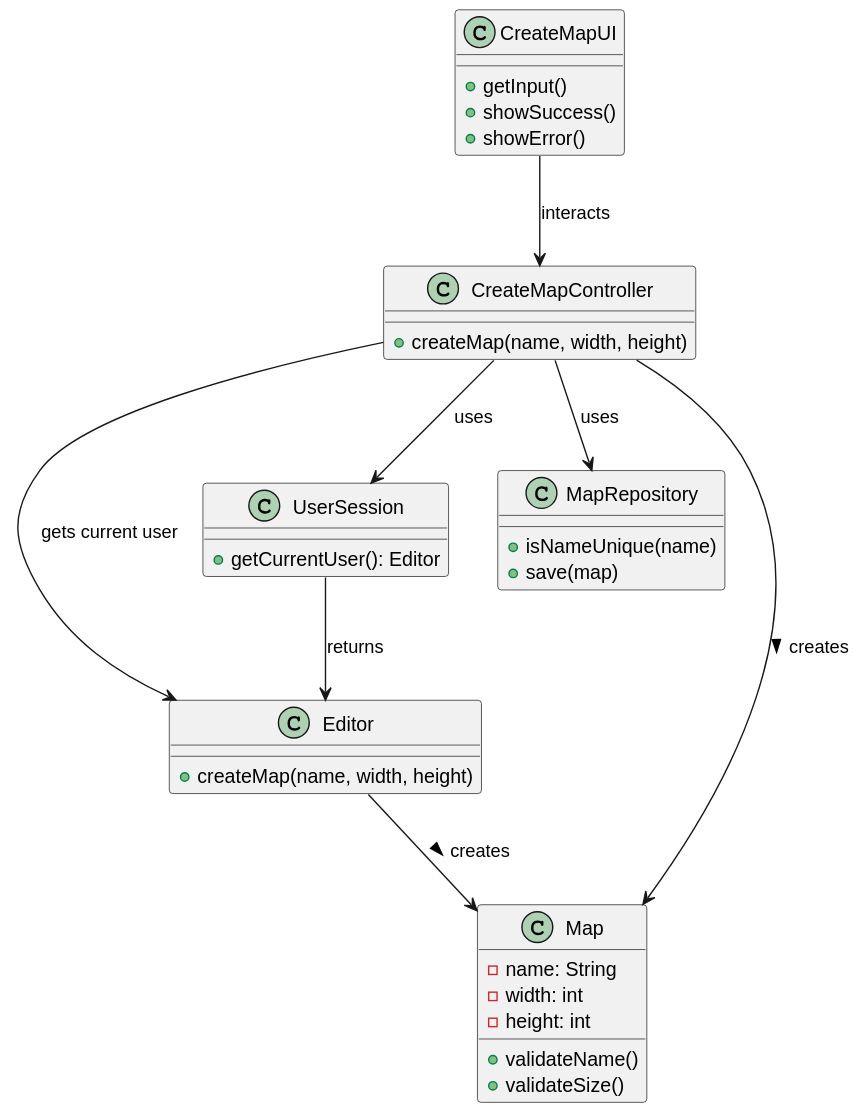
Before: docs/sprint2/us001/03.design/svg/us001-class-diagram.svg, a diagram exported from PlantUML (ivasduarte/all-aboard). Its diagram source:
```plantuml
@startuml
class Editor {
    +createMap(name, width, height)
}

class Map {
    -name: String
    -width: int
    -height: int
    +validateName()
    +validateSize()
}

class MapRepository {
    +isNameUnique(name)
    +save(map)
}

class CreateMapUI {
    +getInput()
    +showSuccess()
    +showError()
}

class CreateMapController {
    +createMap(name, width, height)
}

class UserSession {
    +getCurrentUser(): Editor
}

Editor --> Map : creates >
CreateMapController --> Map : creates >
CreateMapController --> MapRepository : uses
CreateMapController --> UserSession : uses
CreateMapController --> Editor : gets current user
CreateMapUI --> CreateMapController : interacts
UserSession --> Editor : returns
@enduml
```
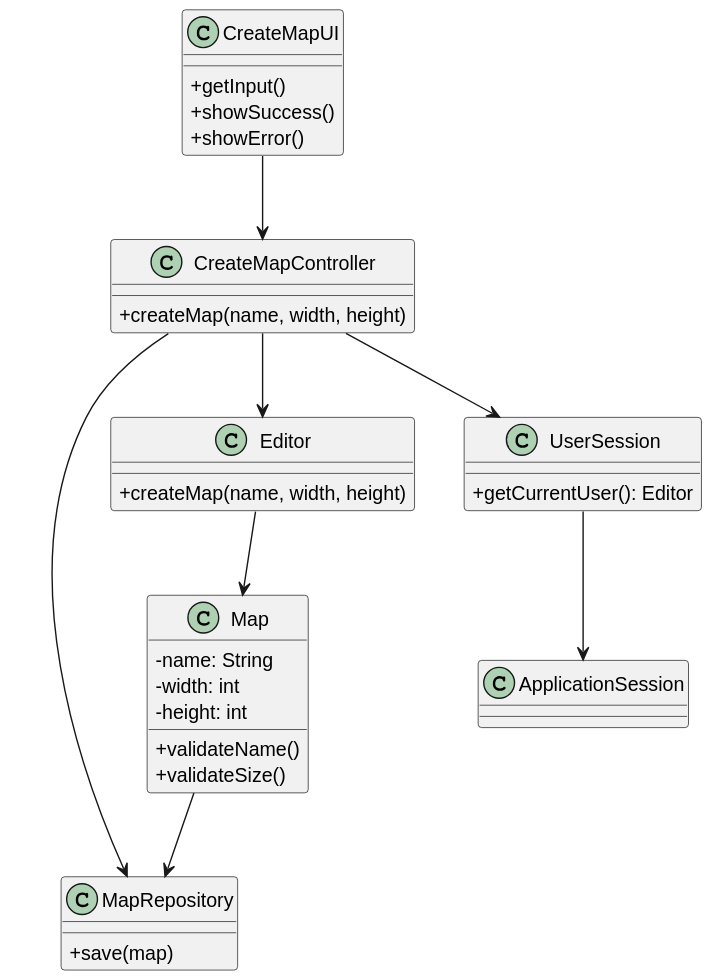
Later version of the same file.

Diff of the diagram source:
```diff
@@ -1,4 +1,20 @@
 @startuml
+skinparam classAttributeIconSize 0
+
+class CreateMapUI {
+    +getInput()
+    +showSuccess()
+    +showError()
+}
+
+class CreateMapController {
+    +createMap(name, width, height)
+}
+
+class MapRepository {
+    +save(map)
+}
+
 class Editor {
     +createMap(name, width, height)
 }
@@ -11,30 +27,18 @@
     +validateSize()
 }
 
-class MapRepository {
-    +isNameUnique(name)
-    +save(map)
-}
-
-class CreateMapUI {
-    +getInput()
-    +showSuccess()
-    +showError()
-}
-
-class CreateMapController {
-    +createMap(name, width, height)
-}
+class ApplicationSession
 
 class UserSession {
     +getCurrentUser(): Editor
 }
 
-Editor --> Map : creates >
-CreateMapController --> Map : creates >
-CreateMapController --> MapRepository : uses
-CreateMapController --> UserSession : uses
-CreateMapController --> Editor : gets current user
-CreateMapUI --> CreateMapController : interacts
-UserSession --> Editor : returns
+CreateMapUI --> CreateMapController
+CreateMapController --> UserSession
+CreateMapController --> MapRepository
+CreateMapController --> Editor
+Editor --> Map
+Map --> MapRepository
+
+UserSession --> ApplicationSession
 @enduml
```
